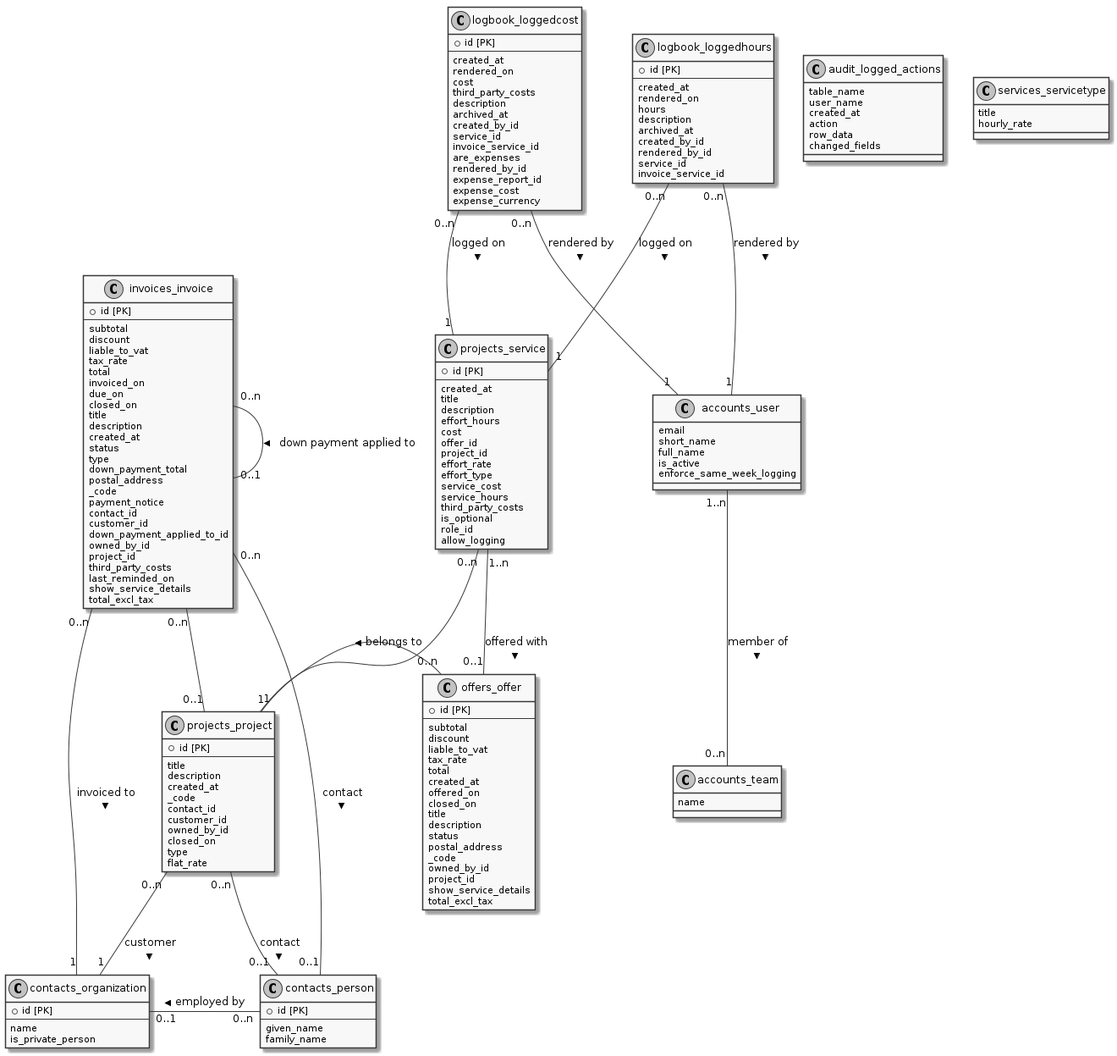
Earlier version of the PlantUML export wb-custom.uml.png (matthiask/workbench-uml). Source of this version:
```plantuml
@startuml

skinparam monochrome true
skinparam classStereotypeFontSize 10

class "accounts_team" {
  name
}

class "accounts_user" {
  email
  short_name
  full_name
  is_active
  enforce_same_week_logging
}

class "audit_logged_actions" {
  table_name
  user_name
  created_at
  action
  row_data
  changed_fields
}

class "contacts_organization" {
  + id [PK]
  --
  name
  is_private_person
}

class "contacts_person" {
  + id [PK]
  --
  given_name
  family_name
}

class "invoices_invoice" {
  + id [PK]
  --
  subtotal
  discount
  liable_to_vat
  tax_rate
  total
  invoiced_on
  due_on
  closed_on
  title
  description
  created_at
  status
  type
  down_payment_total
  postal_address
  _code
  payment_notice
  contact_id
  customer_id
  down_payment_applied_to_id
  owned_by_id
  project_id
  third_party_costs
  last_reminded_on
  show_service_details
  total_excl_tax
}

class "logbook_loggedcost" {
  + id [PK]
  --
  created_at
  rendered_on
  cost
  third_party_costs
  description
  archived_at
  created_by_id
  service_id
  invoice_service_id
  are_expenses
  rendered_by_id
  expense_report_id
  expense_cost
  expense_currency
}

class "logbook_loggedhours" {
  + id [PK]
  --
  created_at
  rendered_on
  hours
  description
  archived_at
  created_by_id
  rendered_by_id
  service_id
  invoice_service_id
}

class "offers_offer" {
  + id [PK]
  --
  subtotal
  discount
  liable_to_vat
  tax_rate
  total
  created_at
  offered_on
  closed_on
  title
  description
  status
  postal_address
  _code
  owned_by_id
  project_id
  show_service_details
  total_excl_tax
}

class "projects_project" {
  + id [PK]
  --
  title
  description
  created_at
  _code
  contact_id
  customer_id
  owned_by_id
  closed_on
  type
  flat_rate
}

class "projects_service" {
  + id [PK]
  --
  created_at
  title
  description
  effort_hours
  cost
  offer_id
  project_id
  effort_rate
  effort_type
  service_cost
  service_hours
  third_party_costs
  is_optional
  role_id
  allow_logging
}

class "services_servicetype" {
  title
  hourly_rate
}

 accounts_user "1..n" -down- "0..n" accounts_team : member of >

 contacts_person "0..n" -left- "0..1" contacts_organization : employed by >

 invoices_invoice "0..n" -- "0..1" contacts_person : contact >

 invoices_invoice "0..n" -- "1" contacts_organization : invoiced to >

 invoices_invoice "0..n" -- "0..1" invoices_invoice : down payment applied to >

 invoices_invoice "0..n" -- "0..1" projects_project

 logbook_loggedcost "0..n" -- "1" accounts_user : rendered by >

 logbook_loggedcost "0..n" -- "1" projects_service : logged on >

 logbook_loggedhours "0..n" -- "1" accounts_user : rendered by >

 logbook_loggedhours "0..n" -- "1" projects_service : logged on >

 offers_offer "0..n" -left- "1" projects_project : belongs to >

 projects_project "0..n" -- "0..1" contacts_person : contact >

 projects_project "0..n" -- "1" contacts_organization : customer >

 projects_service "1..n" -- "0..1" offers_offer : offered with >

 projects_service "0..n" -- "1" projects_project

@enduml
```
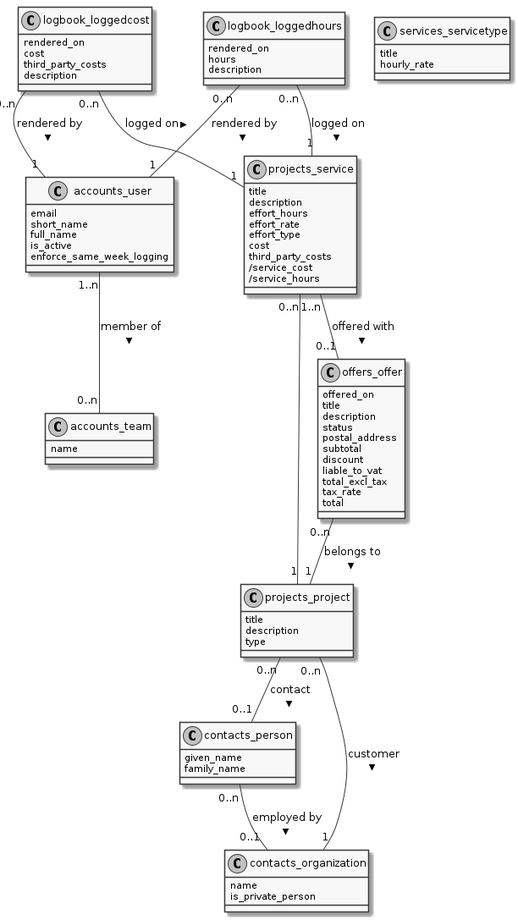
Above is the later version.

Diff of the diagram source:
```diff
@@ -15,148 +15,59 @@
   enforce_same_week_logging
 }
 
-class "audit_logged_actions" {
-  table_name
-  user_name
-  created_at
-  action
-  row_data
-  changed_fields
-}
-
 class "contacts_organization" {
-  + id [PK]
-  --
   name
   is_private_person
 }
 
 class "contacts_person" {
-  + id [PK]
-  --
   given_name
   family_name
 }
 
-class "invoices_invoice" {
-  + id [PK]
-  --
-  subtotal
-  discount
-  liable_to_vat
-  tax_rate
-  total
-  invoiced_on
-  due_on
-  closed_on
-  title
-  description
-  created_at
-  status
-  type
-  down_payment_total
-  postal_address
-  _code
-  payment_notice
-  contact_id
-  customer_id
-  down_payment_applied_to_id
-  owned_by_id
-  project_id
-  third_party_costs
-  last_reminded_on
-  show_service_details
-  total_excl_tax
-}
-
 class "logbook_loggedcost" {
-  + id [PK]
-  --
-  created_at
   rendered_on
   cost
   third_party_costs
   description
-  archived_at
-  created_by_id
-  service_id
-  invoice_service_id
-  are_expenses
-  rendered_by_id
-  expense_report_id
-  expense_cost
-  expense_currency
 }
 
 class "logbook_loggedhours" {
-  + id [PK]
-  --
-  created_at
   rendered_on
   hours
   description
-  archived_at
-  created_by_id
-  rendered_by_id
-  service_id
-  invoice_service_id
 }
 
 class "offers_offer" {
-  + id [PK]
-  --
-  subtotal
-  discount
-  liable_to_vat
-  tax_rate
-  total
-  created_at
   offered_on
-  closed_on
   title
   description
   status
   postal_address
-  _code
-  owned_by_id
-  project_id
-  show_service_details
+  subtotal
+  discount
+  liable_to_vat
   total_excl_tax
+  tax_rate
+  total
 }
 
 class "projects_project" {
-  + id [PK]
-  --
   title
   description
-  created_at
-  _code
-  contact_id
-  customer_id
-  owned_by_id
-  closed_on
   type
-  flat_rate
 }
 
 class "projects_service" {
-  + id [PK]
-  --
-  created_at
   title
   description
   effort_hours
-  cost
-  offer_id
-  project_id
   effort_rate
   effort_type
-  service_cost
-  service_hours
+  cost
   third_party_costs
-  is_optional
-  role_id
-  allow_logging
+  /service_cost
+  /service_hours
 }
 
 class "services_servicetype" {
@@ -164,17 +75,9 @@
   hourly_rate
 }
 
- accounts_user "1..n" -down- "0..n" accounts_team : member of >
+ accounts_user "1..n" -- "0..n" accounts_team : member of >
 
- contacts_person "0..n" -left- "0..1" contacts_organization : employed by >
-
- invoices_invoice "0..n" -- "0..1" contacts_person : contact >
-
- invoices_invoice "0..n" -- "1" contacts_organization : invoiced to >
-
- invoices_invoice "0..n" -- "0..1" invoices_invoice : down payment applied to >
-
- invoices_invoice "0..n" -- "0..1" projects_project
+ contacts_person "0..n" -- "0..1" contacts_organization : employed by >
 
  logbook_loggedcost "0..n" -- "1" accounts_user : rendered by >
 
@@ -184,7 +87,7 @@
 
  logbook_loggedhours "0..n" -- "1" projects_service : logged on >
 
- offers_offer "0..n" -left- "1" projects_project : belongs to >
+ offers_offer "0..n" -- "1" projects_project : belongs to >
 
  projects_project "0..n" -- "0..1" contacts_person : contact >
 
```
